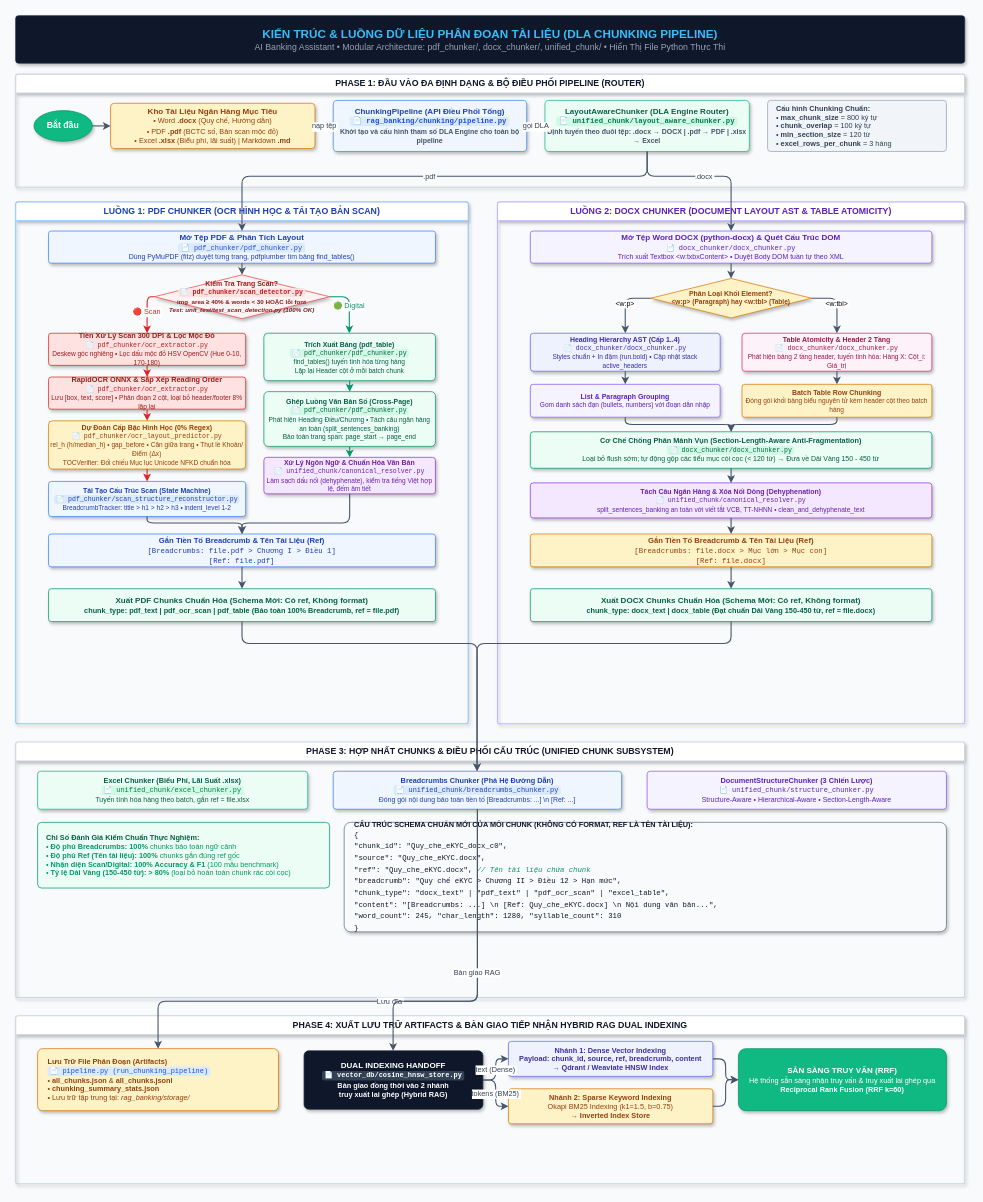
The draw.io diagram docs/flow diagram/chunking/chunking_v1/chunking_flow_v1.drawio in thichankem/AI-Banking-Assistant, before the edit. Source tidied: cells renumbered, new cells numbered last; positions are measured from the earlier drawing's top-left corner, leaving out a move shared by most shapes. Both pictures are drawn from the tidied source at 73%, with x=0, y=0 at pixel (15, 15).
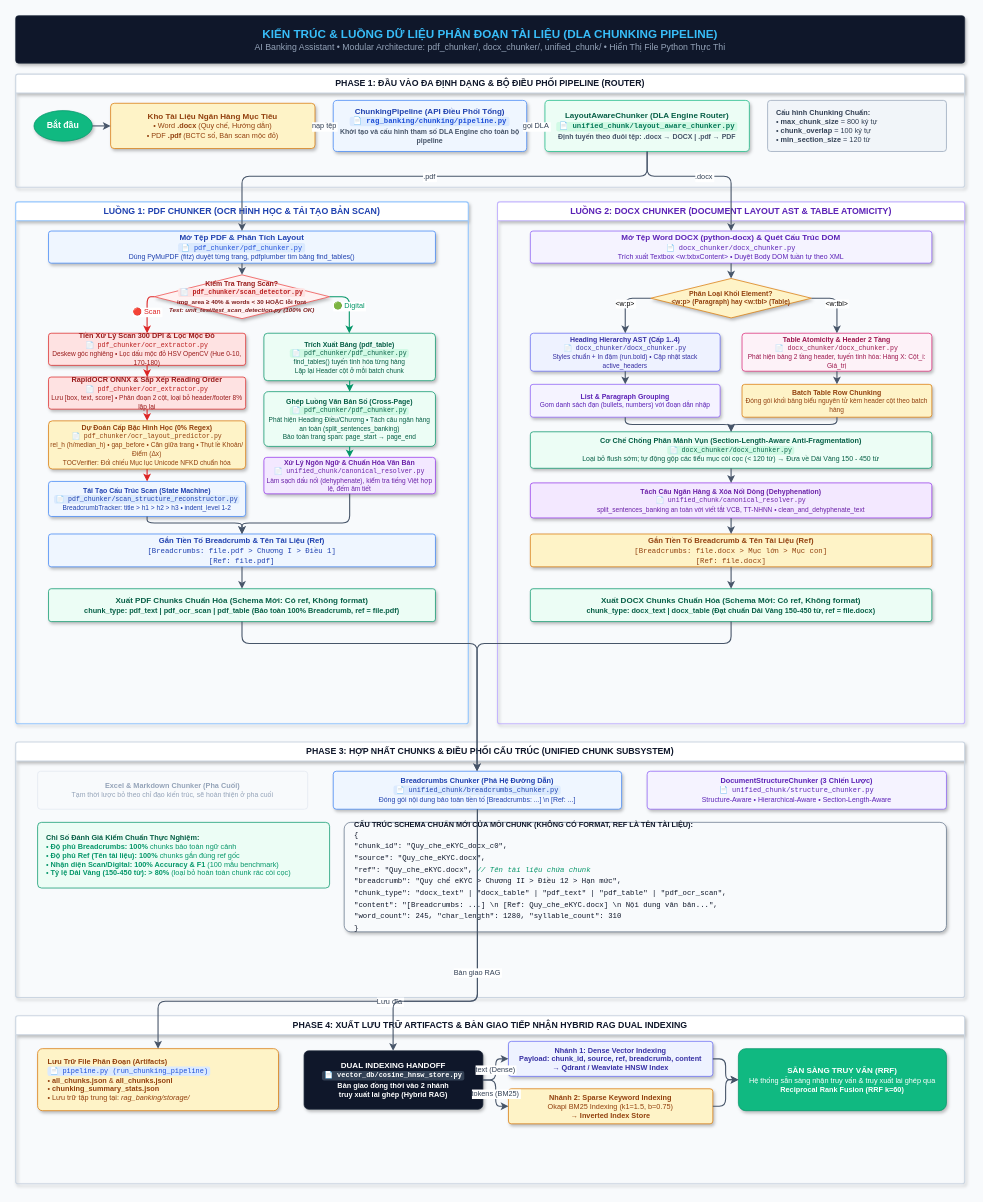
After the change.

The edit, as a diff of the source:
```diff
@@
-    <mxCell id="5" value="&lt;b&gt;Kho Tài Liệu Ngân Hàng Mục Tiêu&lt;/b&gt;&lt;br/&gt;&lt;span style='font-size:10px;'&gt;&amp;bull; Word &lt;b&gt;.docx&lt;/b&gt; (Quy chế, Hướng dẫn)&lt;br/&gt;&amp;bull; PDF &lt;b&gt;.pdf&lt;/b&gt; (BCTC số, Bản scan mộc đỏ)&lt;br/&gt;&amp;bull; Excel &lt;b&gt;.xlsx&lt;/b&gt; (Biểu phí, lãi suất) | Markdown &lt;b&gt;.md&lt;/b&gt;&lt;/span&gt;" style="html=1;whiteSpace=wrap;rounded=1;arcSize=8;fillColor=#FEF3C7;strokeColor=#D97706;fontColor=#92400E;fontSize=11;shadow=1;align=center;" parent="1" vertex="1">
+    <mxCell id="5" value="&lt;b&gt;Kho Tài Liệu Ngân Hàng Mục Tiêu&lt;/b&gt;&lt;br/&gt;&lt;span style='font-size:10px;'&gt;&amp;bull; Word &lt;b&gt;.docx&lt;/b&gt; (Quy chế, Hướng dẫn)&lt;br/&gt;&amp;bull; PDF &lt;b&gt;.pdf&lt;/b&gt; (BCTC số, Bản scan mộc đỏ)&lt;/span&gt;" style="html=1;whiteSpace=wrap;rounded=1;arcSize=8;fillColor=#FEF3C7;strokeColor=#D97706;fontColor=#92400E;fontSize=11;shadow=1;align=center;" parent="1" vertex="1">
       <mxGeometry x="130" y="120" width="280" height="62" as="geometry" />
     </mxCell>
@@
-    <mxCell id="7" value="&lt;b&gt;LayoutAwareChunker (DLA Engine Router)&lt;/b&gt;&lt;br/&gt;&lt;span style='font-family:Consolas,monospace;font-size:10px;color:#047857;background:#D1FAE5;padding:1px 4px;border-radius:3px;'&gt;📄 unified_chunk/layout_aware_chunker.py&lt;/span&gt;&lt;br/&gt;&lt;span style='font-size:9.5px;color:#475569;'&gt;Định tuyến theo đuôi tệp: .docx &amp;rarr; DOCX | .pdf &amp;rarr; PDF | .xlsx &amp;rarr; Excel&lt;/span&gt;" style="html=1;whiteSpace=wrap;rounded=1;arcSize=8;fillColor=#ECFDF5;strokeColor=#10B981;fontColor=#065F46;fontSize=11;fontStyle=1;shadow=1;align=center;" parent="1" vertex="1">
+    <mxCell id="7" value="&lt;b&gt;LayoutAwareChunker (DLA Engine Router)&lt;/b&gt;&lt;br/&gt;&lt;span style='font-family:Consolas,monospace;font-size:10px;color:#047857;background:#D1FAE5;padding:1px 4px;border-radius:3px;'&gt;📄 unified_chunk/layout_aware_chunker.py&lt;/span&gt;&lt;br/&gt;&lt;span style='font-size:9.5px;color:#475569;'&gt;Định tuyến theo đuôi tệp: .docx &amp;rarr; DOCX | .pdf &amp;rarr; PDF&lt;/span&gt;" style="html=1;whiteSpace=wrap;rounded=1;arcSize=8;fillColor=#ECFDF5;strokeColor=#10B981;fontColor=#065F46;fontSize=11;fontStyle=1;shadow=1;align=center;" parent="1" vertex="1">
       <mxGeometry x="725" y="116" width="280" height="70" as="geometry" />
     </mxCell>
-    <mxCell id="8" value="&lt;b&gt;Cấu hình Chunking Chuẩn:&lt;/b&gt;&lt;br/&gt;&lt;span style='font-size:10px;'&gt;&amp;bull; &lt;b&gt;max_chunk_size&lt;/b&gt; = 800 ký tự&lt;br/&gt;&amp;bull; &lt;b&gt;chunk_overlap&lt;/b&gt; = 100 ký tự&lt;br/&gt;&amp;bull; &lt;b&gt;min_section_size&lt;/b&gt; = 120 từ&lt;br/&gt;&amp;bull; &lt;b&gt;excel_rows_per_chunk&lt;/b&gt; = 3 hàng&lt;/span&gt;" style="html=1;whiteSpace=wrap;rounded=1;arcSize=6;fillColor=#F1F5F9;strokeColor=#94A3B8;fontColor=#334155;fontSize=10;shadow=0;align=left;spacingLeft=10;" parent="1" vertex="1">
+    <mxCell id="8" value="&lt;b&gt;Cấu hình Chunking Chuẩn:&lt;/b&gt;&lt;br/&gt;&lt;span style='font-size:10px;'&gt;&amp;bull; &lt;b&gt;max_chunk_size&lt;/b&gt; = 800 ký tự&lt;br/&gt;&amp;bull; &lt;b&gt;chunk_overlap&lt;/b&gt; = 100 ký tự&lt;br/&gt;&amp;bull; &lt;b&gt;min_section_size&lt;/b&gt; = 120 từ&lt;/span&gt;" style="html=1;whiteSpace=wrap;rounded=1;arcSize=6;fillColor=#F1F5F9;strokeColor=#94A3B8;fontColor=#334155;fontSize=10;shadow=0;align=left;spacingLeft=10;" parent="1" vertex="1">
       <mxGeometry x="1030" y="116" width="245" height="70" as="geometry" />
     </mxCell>
@@
-    <mxCell id="59" value="&lt;b&gt;Excel Chunker (Biểu Phí, Lãi Suất .xlsx)&lt;/b&gt;&lt;br/&gt;&lt;span style='font-family:Consolas,monospace;font-size:9.5px;color:#047857;background:#D1FAE5;padding:1px 3px;border-radius:3px;'&gt;📄 unified_chunk/excel_chunker.py&lt;/span&gt;&lt;br/&gt;&lt;span style='font-size:9.5px;'&gt;Tuyến tính hóa hàng theo batch, gắn ref = file.xlsx&lt;/span&gt;" style="html=1;whiteSpace=wrap;rounded=1;arcSize=8;fillColor=#ECFDF5;strokeColor=#10B981;fontColor=#065F46;fontSize=10;shadow=1;align=center;" parent="1" vertex="1">
+    <mxCell id="59" value="&lt;b&gt;Excel &amp;amp; Markdown Chunker (Pha Cuối)&lt;/b&gt;&lt;br/&gt;&lt;span style='font-size:9.5px;color:#94A3B8;'&gt;Tạm thời lược bỏ theo chỉ đạo kiến trúc, sẽ hoàn thiện ở pha cuối&lt;/span&gt;" style="html=1;whiteSpace=wrap;rounded=1;arcSize=8;fillColor=#F8FAFC;strokeColor=#E2E8F0;fontColor=#94A3B8;fontSize=10;shadow=0;align=center;" parent="1" vertex="1">
       <mxGeometry x="30" y="1035" width="370" height="52" as="geometry" />
     </mxCell>
@@
-    <mxCell id="63" value="&lt;b&gt;CẤU TRÚC SCHEMA CHUẨN MỚI CỦA MỖI CHUNK (KHÔNG CÓ FORMAT, REF LÀ TÊN TÀI LIỆU):&lt;/b&gt;&lt;br/&gt;&lt;span style='font-family:Consolas,monospace;font-size:10px;color:#0F172A;line-height:1.6;'&gt;{&lt;br/&gt;  &quot;chunk_id&quot;: &quot;Quy_che_eKYC_docx_c0&quot;,&lt;br/&gt;  &quot;source&quot;: &quot;Quy_che_eKYC.docx&quot;,&lt;br/&gt;  &quot;ref&quot;: &quot;Quy_che_eKYC.docx&quot;,  &lt;i style='color:#059669;'&gt;// Tên tài liệu chứa chunk&lt;/i&gt;&lt;br/&gt;  &quot;breadcrumb&quot;: &quot;Quy chế eKYC &amp;gt; Chương II &amp;gt; Điều 12 &amp;gt; Hạn mức&quot;,&lt;br/&gt;  &quot;chunk_type&quot;: &quot;docx_text&quot; | &quot;pdf_text&quot; | &quot;pdf_ocr_scan&quot; | &quot;excel_table&quot;,&lt;br/&gt;  &quot;content&quot;: &quot;[Breadcrumbs: ...] \n [Ref: Quy_che_eKYC.docx] \n Nội dung văn bản...&quot;,&lt;br/&gt;  &quot;word_count&quot;: 245,  &quot;char_length&quot;: 1280,  &quot;syllable_count&quot;: 310&lt;br/&gt;}&lt;/span&gt;" style="html=1;whiteSpace=wrap;rounded=1;arcSize=6;fillColor=#F8FAFC;strokeColor=#64748B;fontColor=#0F172A;fontSize=10;shadow=1;align=left;spacingLeft=12;" parent="1" vertex="1">
+    <mxCell id="63" value="&lt;b&gt;CẤU TRÚC SCHEMA CHUẨN MỚI CỦA MỖI CHUNK (KHÔNG CÓ FORMAT, REF LÀ TÊN TÀI LIỆU):&lt;/b&gt;&lt;br/&gt;&lt;span style='font-family:Consolas,monospace;font-size:10px;color:#0F172A;line-height:1.6;'&gt;{&lt;br/&gt;  &quot;chunk_id&quot;: &quot;Quy_che_eKYC_docx_c0&quot;,&lt;br/&gt;  &quot;source&quot;: &quot;Quy_che_eKYC.docx&quot;,&lt;br/&gt;  &quot;ref&quot;: &quot;Quy_che_eKYC.docx&quot;,  &lt;i style='color:#059669;'&gt;// Tên tài liệu chứa chunk&lt;/i&gt;&lt;br/&gt;  &quot;breadcrumb&quot;: &quot;Quy chế eKYC &amp;gt; Chương II &amp;gt; Điều 12 &amp;gt; Hạn mức&quot;,&lt;br/&gt;  &quot;chunk_type&quot;: &quot;docx_text&quot; | &quot;docx_table&quot; | &quot;pdf_text&quot; | &quot;pdf_table&quot; | &quot;pdf_ocr_scan&quot;,&lt;br/&gt;  &quot;content&quot;: &quot;[Breadcrumbs: ...] \n [Ref: Quy_che_eKYC.docx] \n Nội dung văn bản...&quot;,&lt;br/&gt;  &quot;word_count&quot;: 245,  &quot;char_length&quot;: 1280,  &quot;syllable_count&quot;: 310&lt;br/&gt;}&lt;/span&gt;" style="html=1;whiteSpace=wrap;rounded=1;arcSize=6;fillColor=#F8FAFC;strokeColor=#64748B;fontColor=#0F172A;fontSize=10;shadow=1;align=left;spacingLeft=12;" parent="1" vertex="1">
       <mxGeometry x="450" y="1105" width="825" height="150" as="geometry" />
     </mxCell>
```
